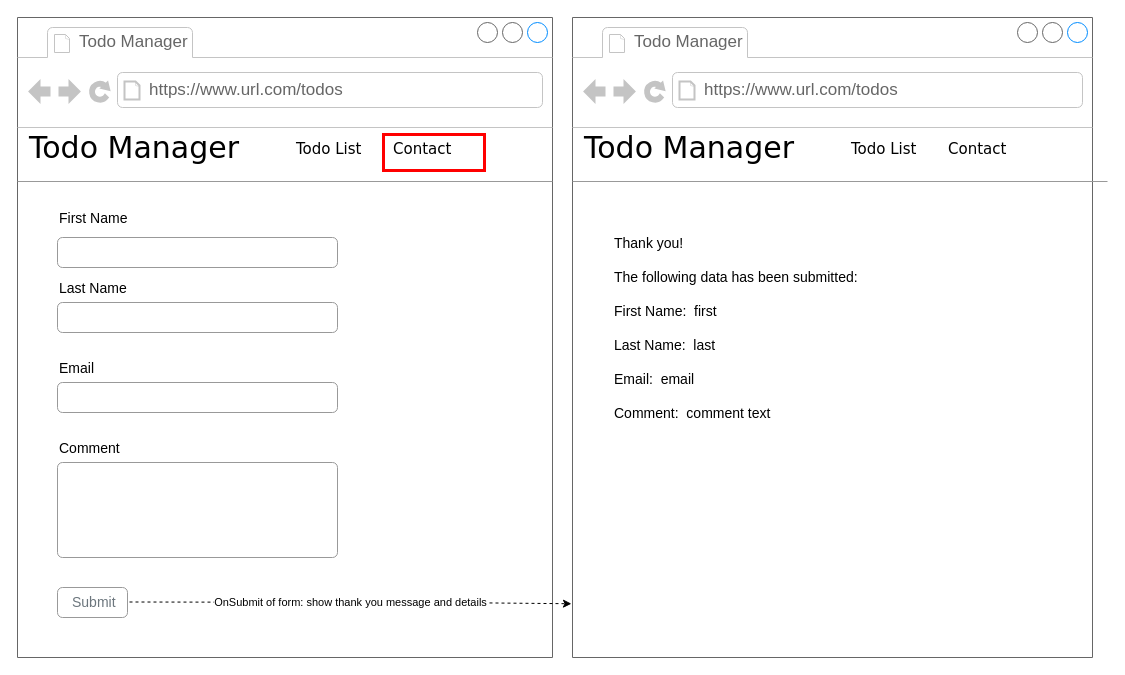
This is page "PC Contact" (2 of 3) of design-documents/Wireframes.drawio from Silverbelly/SE-Bootcamp-Project3, a draw.io file, before an edit. Source tidied: cells renumbered, new cells numbered last; positions are measured from the earlier drawing's top-left corner, leaving out a move shared by most shapes. Both pictures are drawn from the tidied source at 100%, with x=0, y=0 at pixel (17, 17).
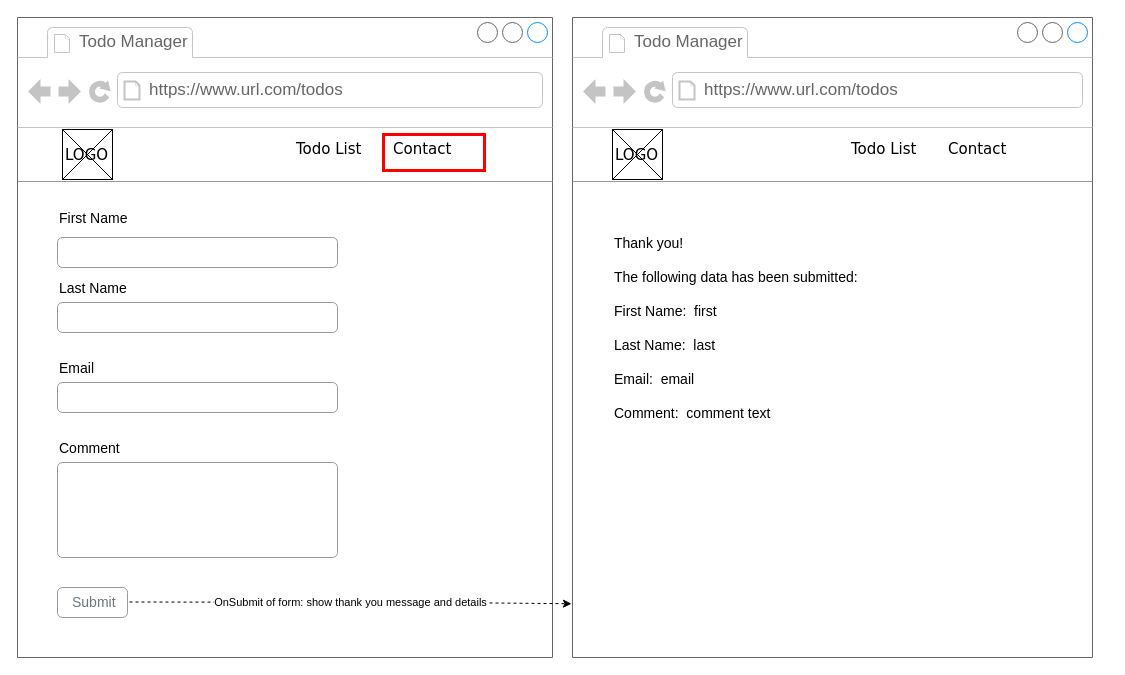
Above is the later version.

The change refers to these unchanged cells:
```xml
<mxCell id="2" style="strokeWidth=1;shadow=0;dashed=0;align=center;html=1;shape=mxgraph.mockup.containers.browserWindow;rSize=0;strokeColor=#666666;mainText=,;rounded=0;labelBackgroundColor=none;fontFamily=Verdana;fontSize=9;" parent="1" vertex="1">
  <mxGeometry width="535" height="640" as="geometry" />
</mxCell>
<mxCell id="20" style="strokeWidth=1;shadow=0;dashed=0;align=center;html=1;shape=mxgraph.mockup.containers.browserWindow;rSize=0;strokeColor=#666666;mainText=,;rounded=0;labelBackgroundColor=none;fontFamily=Verdana;fontSize=9;" parent="1" vertex="1">
  <mxGeometry x="555" width="520" height="640" as="geometry" />
</mxCell>
```

Change to the diagram source:
```diff
@@
-    <mxCell id="5" value="Todo Manager" style="text;html=1;align=left;verticalAlign=top;spacingTop=-4;fontSize=30;fontFamily=Verdana;" parent="2" vertex="1">
-      <mxGeometry x="10" y="110" width="340" height="50" as="geometry" />
-    </mxCell>
@@
-    <mxCell id="23" value="Todo Manager" style="text;html=1;align=left;verticalAlign=top;spacingTop=-4;fontSize=30;fontFamily=Verdana;" parent="20" vertex="1">
-      <mxGeometry x="10" y="110" width="340" height="50" as="geometry" />
-    </mxCell>
@@
     <mxCell id="26" style="verticalLabelPosition=bottom;shadow=0;dashed=0;align=center;html=1;verticalAlign=top;strokeWidth=1;shape=mxgraph.mockup.markup.line;strokeColor=#999999;rounded=0;labelBackgroundColor=none;fillColor=#ffffff;fontFamily=Verdana;fontSize=12;fontColor=#000000;" parent="20" vertex="1">
-      <mxGeometry y="154" width="535" height="20" as="geometry" />
+      <mxGeometry y="154" width="520" height="20" as="geometry" />
     </mxCell>
@@
+    <mxCell id="28" style="group;" parent="20" vertex="1">
+      <mxGeometry x="40" y="112" width="52" height="50" as="geometry" />
+    </mxCell>
+    <mxCell id="29" style="verticalLabelPosition=bottom;shadow=0;dashed=0;align=center;html=1;verticalAlign=top;strokeWidth=1;shape=mxgraph.mockup.graphics.simpleIcon;strokeColor=light-dark(#000000, #6a6a6a);" parent="28" vertex="1">
+      <mxGeometry width="50" height="50" as="geometry" />
+    </mxCell>
+    <mxCell id="30" value="LOGO" style="text;html=1;align=left;verticalAlign=top;spacingTop=-4;fontSize=15;fontFamily=Verdana;" parent="28" vertex="1">
+      <mxGeometry x="1" y="14" width="51" height="30" as="geometry" />
+    </mxCell>
+    <mxCell id="31" style="group;" parent="1" vertex="1">
+      <mxGeometry x="45" y="112" width="52" height="50" as="geometry" />
+    </mxCell>
+    <mxCell id="32" style="verticalLabelPosition=bottom;shadow=0;dashed=0;align=center;html=1;verticalAlign=top;strokeWidth=1;shape=mxgraph.mockup.graphics.simpleIcon;strokeColor=light-dark(#000000, #6a6a6a);" parent="31" vertex="1">
+      <mxGeometry width="50" height="50" as="geometry" />
+    </mxCell>
+    <mxCell id="33" value="LOGO" style="text;html=1;align=left;verticalAlign=top;spacingTop=-4;fontSize=15;fontFamily=Verdana;" parent="31" vertex="1">
+      <mxGeometry x="1" y="14" width="51" height="30" as="geometry" />
+    </mxCell>
```
